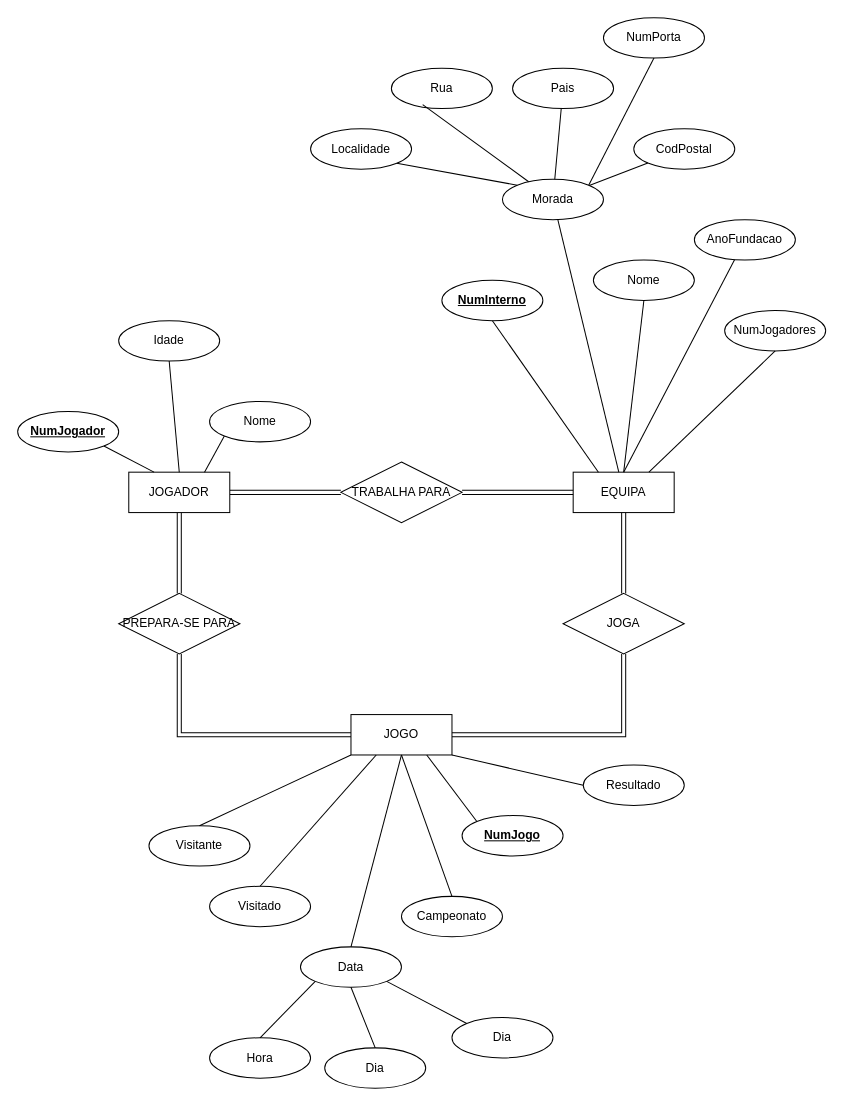
This is DiagramadeEquipas.drawio from HenriqueUniLogic/turma2p2024_diagramas, a draw.io file, before an edit. Source tidied: cells renumbered, new cells numbered last; positions are measured from the earlier drawing's top-left corner, leaving out a move shared by most shapes. Both pictures are drawn from the tidied source at 101%, with x=0, y=0 at pixel (17, 17).
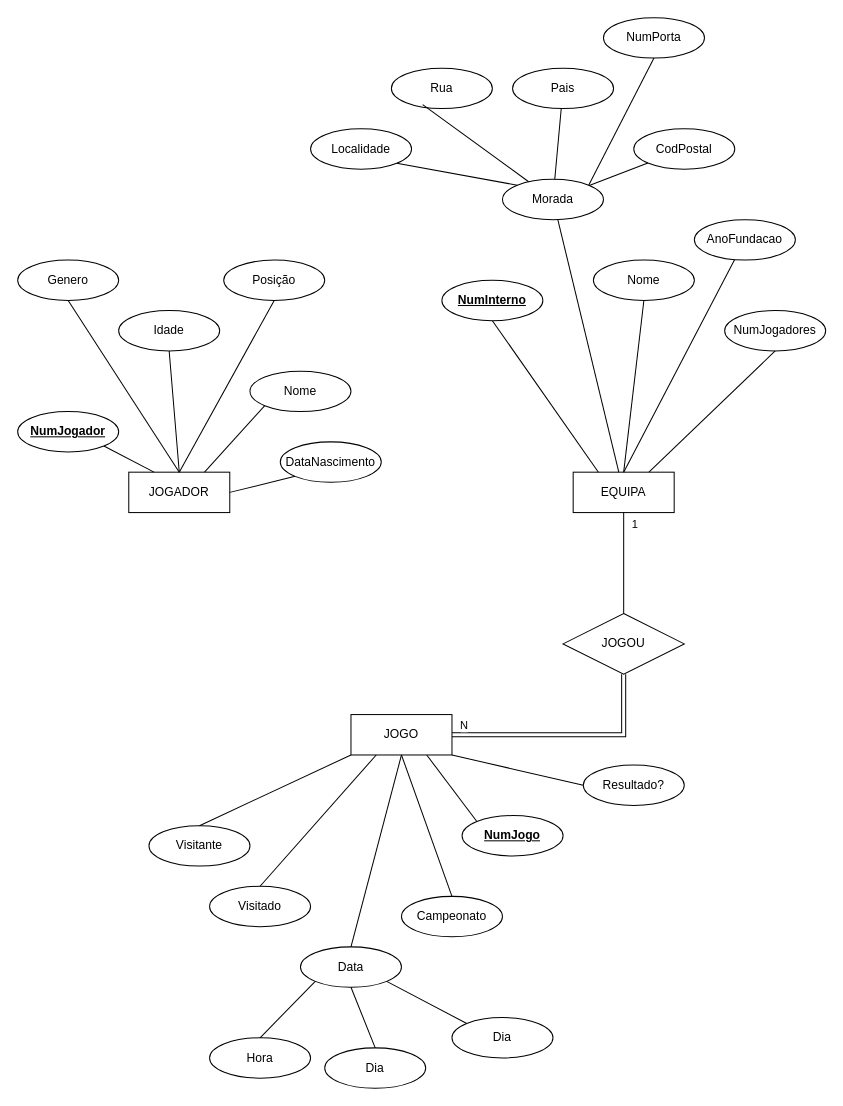
The same diagram, later.

Unchanged cells that the change refers to:
```xml
<mxCell id="4" value="JOGADOR" style="whiteSpace=wrap;html=1;align=center;" parent="1" vertex="1">
  <mxGeometry x="110" y="450" width="100" height="40" as="geometry" />
</mxCell>
<mxCell id="6" value="EQUIPA" style="whiteSpace=wrap;html=1;align=center;" parent="1" vertex="1">
  <mxGeometry x="550" y="450" width="100" height="40" as="geometry" />
</mxCell>
<mxCell id="7" value="JOGO" style="whiteSpace=wrap;html=1;align=center;" parent="1" vertex="1">
  <mxGeometry x="330" y="690" width="100" height="40" as="geometry" />
</mxCell>
```

Change to the diagram source:
```diff
@@
-    <mxCell id="2" style="edgeStyle=orthogonalEdgeStyle;rounded=0;jettySize=auto;html=1;exitX=1;exitY=0.5;exitDx=0;exitDy=0;entryX=0;entryY=0.5;entryDx=0;entryDy=0;shape=link;" parent="1" edge="1" source="4" target="9">
-      <mxGeometry relative="1" as="geometry" />
-    </mxCell>
-    <mxCell id="3" style="edgeStyle=orthogonalEdgeStyle;rounded=0;jettySize=auto;html=1;exitX=0.5;exitY=1;exitDx=0;exitDy=0;entryX=0.5;entryY=0;entryDx=0;entryDy=0;shape=link;" parent="1" edge="1" source="4" target="43">
-      <mxGeometry relative="1" as="geometry">
-        <Array as="points">
-          <mxPoint x="160" y="570" />
-        </Array>
-      </mxGeometry>
-    </mxCell>
@@
-    <mxCell id="5" style="edgeStyle=orthogonalEdgeStyle;rounded=0;jettySize=auto;html=1;exitX=0.5;exitY=1;exitDx=0;exitDy=0;entryX=0.5;entryY=0;entryDx=0;entryDy=0;shape=link;" parent="1" edge="1" source="6" target="23">
-      <mxGeometry relative="1" as="geometry" />
-    </mxCell>
@@
-    <mxCell id="8" style="edgeStyle=orthogonalEdgeStyle;rounded=0;jettySize=auto;html=1;exitX=1;exitY=0.5;exitDx=0;exitDy=0;entryX=0;entryY=0.5;entryDx=0;entryDy=0;shape=link;" parent="1" edge="1" source="9" target="6">
-      <mxGeometry relative="1" as="geometry" />
-    </mxCell>
-    <mxCell id="9" value="TRABALHA PARA" style="shape=rhombus;perimeter=rhombusPerimeter;whiteSpace=wrap;html=1;align=center;" parent="1" vertex="1">
-      <mxGeometry x="320" y="440" width="120" height="60" as="geometry" />
-    </mxCell>
     <mxCell id="10" value="Idade" style="ellipse;whiteSpace=wrap;html=1;align=center;" parent="1" vertex="1">
-      <mxGeometry x="100" y="300" width="100" height="40" as="geometry" />
+      <mxGeometry x="100" y="290" width="100" height="40" as="geometry" />
     </mxCell>
@@
     <mxCell id="12" value="Nome" style="ellipse;whiteSpace=wrap;html=1;align=center;" parent="1" vertex="1">
-      <mxGeometry x="190" y="380" width="100" height="40" as="geometry" />
+      <mxGeometry x="230" y="350" width="100" height="40" as="geometry" />
     </mxCell>
@@
-    <mxCell id="22" style="edgeStyle=orthogonalEdgeStyle;rounded=0;jettySize=auto;html=1;exitX=0.5;exitY=1;exitDx=0;exitDy=0;entryX=1;entryY=0.5;entryDx=0;entryDy=0;shape=link;" parent="1" edge="1" source="23" target="7">
-      <mxGeometry relative="1" as="geometry" />
-    </mxCell>
-    <mxCell id="23" value="JOGA" style="shape=rhombus;perimeter=rhombusPerimeter;whiteSpace=wrap;html=1;align=center;" parent="1" vertex="1">
-      <mxGeometry x="540" y="570" width="120" height="60" as="geometry" />
-    </mxCell>
@@
-    <mxCell id="42" style="edgeStyle=orthogonalEdgeStyle;rounded=0;jettySize=auto;html=1;exitX=0.5;exitY=1;exitDx=0;exitDy=0;entryX=0;entryY=0.5;entryDx=0;entryDy=0;shape=link;" parent="1" edge="1" source="43" target="7">
-      <mxGeometry relative="1" as="geometry" />
-    </mxCell>
-    <mxCell id="43" value="PREPARA-SE PARA" style="shape=rhombus;perimeter=rhombusPerimeter;whiteSpace=wrap;html=1;align=center;" parent="1" vertex="1">
-      <mxGeometry x="100" y="570" width="120" height="60" as="geometry" />
-    </mxCell>
@@
-    <mxCell id="56" value="Resultado" style="ellipse;whiteSpace=wrap;html=1;align=center;" parent="1" vertex="1">
+    <mxCell id="56" value="Resultado?" style="ellipse;whiteSpace=wrap;html=1;align=center;" parent="1" vertex="1">
       <mxGeometry x="560" y="740" width="100" height="40" as="geometry" />
     </mxCell>
@@
+    <mxCell id="58" value="Posição" style="ellipse;whiteSpace=wrap;html=1;align=center;" parent="1" vertex="1">
+      <mxGeometry x="204" y="240" width="100" height="40" as="geometry" />
+    </mxCell>
+    <mxCell id="59" style="endArrow=none;html=1;rounded=0;exitX=0.5;exitY=1;exitDx=0;exitDy=0;entryX=0.5;entryY=0;entryDx=0;entryDy=0;" parent="1" edge="1" source="58" target="4">
+      <mxGeometry relative="1" as="geometry" />
+    </mxCell>
+    <mxCell id="60" value="Genero" style="ellipse;whiteSpace=wrap;html=1;align=center;" parent="1" vertex="1">
+      <mxGeometry y="240" width="100" height="40" as="geometry" />
+    </mxCell>
+    <mxCell id="61" style="endArrow=none;html=1;rounded=0;exitX=0.5;exitY=0;exitDx=0;exitDy=0;entryX=0.5;entryY=1;entryDx=0;entryDy=0;" parent="1" edge="1" source="4" target="60">
+      <mxGeometry relative="1" as="geometry" />
+    </mxCell>
+    <mxCell id="62" value="DataNascimento" style="ellipse;whiteSpace=wrap;html=1;align=center;" parent="1" vertex="1">
+      <mxGeometry x="260" y="420" width="100" height="40" as="geometry" />
+    </mxCell>
+    <mxCell id="63" style="endArrow=none;html=1;rounded=0;exitX=0;exitY=1;exitDx=0;exitDy=0;entryX=1;entryY=0.5;entryDx=0;entryDy=0;" parent="1" edge="1" source="62" target="4">
+      <mxGeometry relative="1" as="geometry" />
+    </mxCell>
+    <mxCell id="64" style="endArrow=none;html=1;rounded=0;exitX=0.5;exitY=1;exitDx=0;exitDy=0;entryX=0.5;entryY=0;entryDx=0;entryDy=0;" parent="1" edge="1" source="6" target="68">
+      <mxGeometry relative="1" as="geometry" />
+    </mxCell>
+    <mxCell id="65" value="1" style="edgeLabel;html=1;align=center;verticalAlign=middle;" parent="64" vertex="1">
+      <mxGeometry x="-0.57" y="-3" relative="1" as="geometry">
+        <mxPoint x="13" y="-11" as="offset" />
+      </mxGeometry>
+    </mxCell>
+    <mxCell id="66" style="edgeStyle=orthogonalEdgeStyle;rounded=0;jettySize=auto;html=1;exitX=0.5;exitY=1;exitDx=0;exitDy=0;entryX=1;entryY=0.5;entryDx=0;entryDy=0;shape=link;" parent="1" edge="1" source="68" target="7">
+      <mxGeometry relative="1" as="geometry" />
+    </mxCell>
+    <mxCell id="67" value="N" style="edgeLabel;html=1;align=center;verticalAlign=middle;" parent="66" vertex="1">
+      <mxGeometry x="0.54" y="-1" relative="1" as="geometry">
+        <mxPoint x="-42" y="-9" as="offset" />
+      </mxGeometry>
+    </mxCell>
+    <mxCell id="68" value="JOGOU" style="shape=rhombus;perimeter=rhombusPerimeter;whiteSpace=wrap;html=1;align=center;" parent="1" vertex="1">
+      <mxGeometry x="540" y="590" width="120" height="60" as="geometry" />
+    </mxCell>
```
